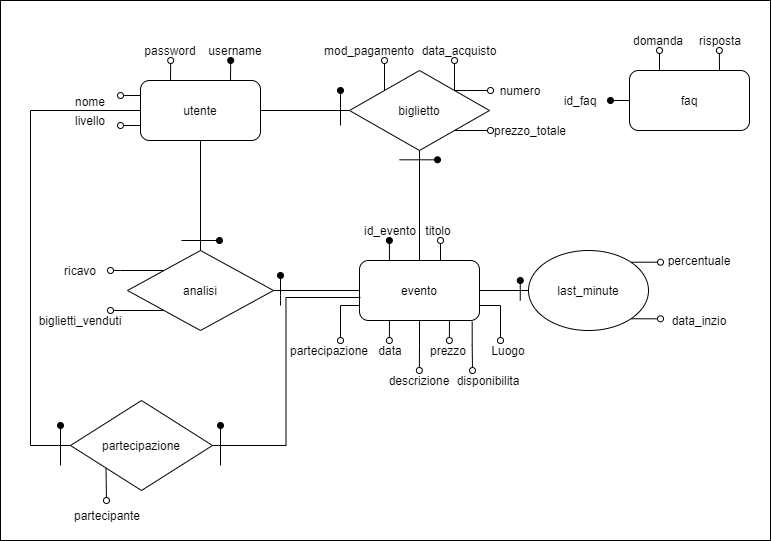
Earlier version of the draw.io export schema-er.png (tottagiovanni/progetto_tecno_web). Source tidied: cells renumbered, new cells last; positions are measured from the earlier drawing's top-left corner, leaving out a move shared by most shapes.
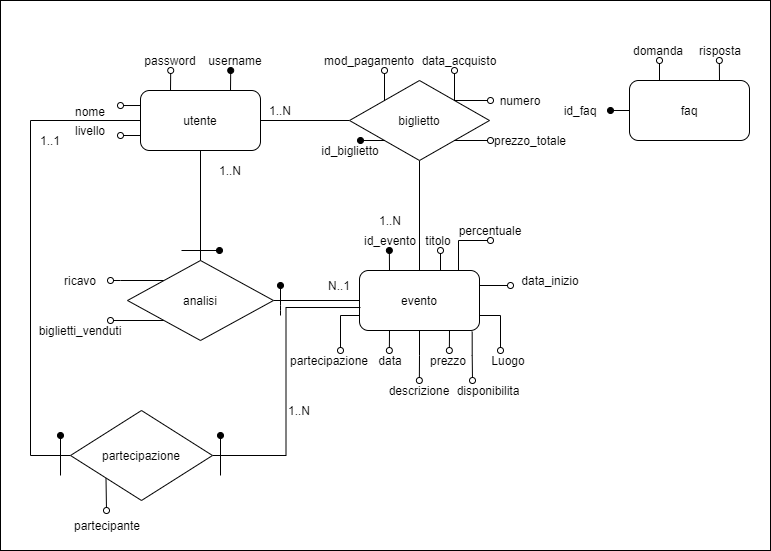
The same file after the commit.

Commit message:
Aggiornamento schema er e struttura db

Change to the diagram source:
```diff
@@ -2,12 +2,9 @@
   <root>
     <mxCell id="0" />
     <mxCell id="1" parent="0" />
-    <mxCell id="2" style="rounded=0;whiteSpace=wrap;html=1;" parent="1" vertex="1">
-      <mxGeometry width="770" height="540" as="geometry" />
-    </mxCell>
-    <mxCell id="3" style="edgeStyle=orthogonalEdgeStyle;rounded=0;jettySize=auto;html=1;exitX=1;exitY=0.5;exitDx=0;exitDy=0;entryX=0;entryY=0.5;entryDx=0;entryDy=0;endArrow=none;endFill=0;" parent="1" edge="1" source="12" target="43">
-      <mxGeometry relative="1" as="geometry" />
-    </mxCell>
+    <mxCell id="72" style="rounded=0;whiteSpace=wrap;html=1;" parent="1" vertex="1">
+      <mxGeometry y="-10" width="770" height="550" as="geometry" />
+    </mxCell>
     <mxCell id="4" style="edgeStyle=orthogonalEdgeStyle;rounded=0;jettySize=auto;html=1;exitX=0.25;exitY=0;exitDx=0;exitDy=0;endArrow=oval;endFill=1;" parent="1" edge="1" source="12">
       <mxGeometry relative="1" as="geometry">
         <mxPoint x="388.9" y="240" as="targetPoint" />
@@ -55,6 +52,16 @@
         </Array>
       </mxGeometry>
     </mxCell>
+    <mxCell id="73" style="edgeStyle=orthogonalEdgeStyle;rounded=0;jettySize=auto;html=1;exitX=0.825;exitY=0.017;exitDx=0;exitDy=0;entryX=0.5;entryY=1;entryDx=0;entryDy=0;endArrow=oval;endFill=0;exitPerimeter=0;" parent="1" edge="1" source="12" target="44">
+      <mxGeometry relative="1" as="geometry">
+        <Array as="points">
+          <mxPoint x="458" y="230" />
+        </Array>
+      </mxGeometry>
+    </mxCell>
+    <mxCell id="74" style="edgeStyle=orthogonalEdgeStyle;rounded=0;jettySize=auto;html=1;exitX=1;exitY=0.25;exitDx=0;exitDy=0;entryX=0;entryY=0.75;entryDx=0;entryDy=0;endArrow=oval;endFill=0;" parent="1" edge="1" source="12" target="45">
+      <mxGeometry relative="1" as="geometry" />
+    </mxCell>
     <mxCell id="12" value="evento" style="rounded=1;whiteSpace=wrap;html=1;" parent="1" vertex="1">
       <mxGeometry x="359" y="260" width="120" height="60" as="geometry" />
     </mxCell>
@@ -102,6 +109,11 @@
         <mxPoint x="490" y="130" as="targetPoint" />
       </mxGeometry>
     </mxCell>
+    <mxCell id="75" style="edgeStyle=orthogonalEdgeStyle;rounded=0;jettySize=auto;html=1;exitX=0;exitY=1;exitDx=0;exitDy=0;endArrow=oval;endFill=1;" parent="1" edge="1" source="23">
+      <mxGeometry relative="1" as="geometry">
+        <mxPoint x="360" y="130" as="targetPoint" />
+      </mxGeometry>
+    </mxCell>
     <mxCell id="23" value="biglietto" style="rhombus;whiteSpace=wrap;html=1;" parent="1" vertex="1">
       <mxGeometry x="349" y="70" width="140" height="80" as="geometry" />
     </mxCell>
@@ -168,24 +180,11 @@
     <mxCell id="40" value="biglietti_venduti" style="text;html=1;strokeColor=none;fillColor=none;align=center;verticalAlign=middle;whiteSpace=wrap;rounded=0;" parent="1" vertex="1">
       <mxGeometry x="60" y="310" width="40" height="20" as="geometry" />
     </mxCell>
-    <mxCell id="41" style="edgeStyle=orthogonalEdgeStyle;rounded=0;jettySize=auto;html=1;exitX=1;exitY=0;exitDx=0;exitDy=0;endArrow=oval;endFill=0;" parent="1" edge="1" source="43">
-      <mxGeometry relative="1" as="geometry">
-        <mxPoint x="660" y="261.9" as="targetPoint" />
-      </mxGeometry>
-    </mxCell>
-    <mxCell id="42" style="edgeStyle=orthogonalEdgeStyle;rounded=0;jettySize=auto;html=1;exitX=1;exitY=1;exitDx=0;exitDy=0;endArrow=oval;endFill=0;" parent="1" edge="1" source="43">
-      <mxGeometry relative="1" as="geometry">
-        <mxPoint x="660" y="318.1" as="targetPoint" />
-      </mxGeometry>
-    </mxCell>
-    <mxCell id="43" value="last_minute" style="ellipse;whiteSpace=wrap;html=1;" parent="1" vertex="1">
-      <mxGeometry x="528" y="250" width="120" height="80" as="geometry" />
-    </mxCell>
     <mxCell id="44" value="percentuale" style="text;html=1;strokeColor=none;fillColor=none;align=center;verticalAlign=middle;whiteSpace=wrap;rounded=0;" parent="1" vertex="1">
-      <mxGeometry x="679" y="250" width="40" height="20" as="geometry" />
+      <mxGeometry x="470" y="210" width="40" height="20" as="geometry" />
     </mxCell>
-    <mxCell id="45" value="data_inzio" style="text;html=1;strokeColor=none;fillColor=none;align=center;verticalAlign=middle;whiteSpace=wrap;rounded=0;" parent="1" vertex="1">
-      <mxGeometry x="659" y="310" width="80" height="20" as="geometry" />
+    <mxCell id="45" value="data_inizio" style="text;html=1;strokeColor=none;fillColor=none;align=center;verticalAlign=middle;whiteSpace=wrap;rounded=0;" parent="1" vertex="1">
+      <mxGeometry x="510" y="260" width="80" height="20" as="geometry" />
     </mxCell>
     <mxCell id="46" value="domanda" style="text;html=1;strokeColor=none;fillColor=none;align=center;verticalAlign=middle;whiteSpace=wrap;rounded=0;" parent="1" vertex="1">
       <mxGeometry x="638" y="30" width="40" height="20" as="geometry" />
@@ -242,24 +241,6 @@
     <mxCell id="59" value="id_evento&lt;br&gt;" style="text;html=1;strokeColor=none;fillColor=none;align=center;verticalAlign=middle;whiteSpace=wrap;rounded=0;" parent="1" vertex="1">
       <mxGeometry x="370" y="220" width="40" height="20" as="geometry" />
     </mxCell>
-    <mxCell id="60" style="endArrow=oval;html=1;endFill=1;" parent="1" edge="1">
-      <mxGeometry relative="1" as="geometry">
-        <mxPoint x="519.8" y="300" as="sourcePoint" />
-        <mxPoint x="519.8" y="280" as="targetPoint" />
-      </mxGeometry>
-    </mxCell>
-    <mxCell id="61" style="endArrow=oval;html=1;endFill=1;" parent="1" edge="1">
-      <mxGeometry relative="1" as="geometry">
-        <mxPoint x="340" y="125" as="sourcePoint" />
-        <mxPoint x="340" y="90" as="targetPoint" />
-      </mxGeometry>
-    </mxCell>
-    <mxCell id="62" style="endArrow=oval;html=1;endFill=1;" parent="1" edge="1">
-      <mxGeometry relative="1" as="geometry">
-        <mxPoint x="399" y="159.3" as="sourcePoint" />
-        <mxPoint x="437" y="159.3" as="targetPoint" />
-      </mxGeometry>
-    </mxCell>
     <mxCell id="63" value="id_faq" style="text;html=1;strokeColor=none;fillColor=none;align=center;verticalAlign=middle;whiteSpace=wrap;rounded=0;" parent="1" vertex="1">
       <mxGeometry x="560" y="90" width="40" height="20" as="geometry" />
     </mxCell>
@@ -304,5 +285,26 @@
     <mxCell id="71" value="partecipante" style="text;html=1;strokeColor=none;fillColor=none;align=center;verticalAlign=middle;whiteSpace=wrap;rounded=0;" parent="1" vertex="1">
       <mxGeometry x="87" y="505" width="40" height="20" as="geometry" />
     </mxCell>
+    <mxCell id="76" value="1..N" style="text;html=1;strokeColor=none;fillColor=none;align=center;verticalAlign=middle;whiteSpace=wrap;rounded=0;" parent="1" vertex="1">
+      <mxGeometry x="260" y="90" width="40" height="20" as="geometry" />
+    </mxCell>
+    <mxCell id="77" value="1..N" style="text;html=1;strokeColor=none;fillColor=none;align=center;verticalAlign=middle;whiteSpace=wrap;rounded=0;" parent="1" vertex="1">
+      <mxGeometry x="370" y="200" width="40" height="20" as="geometry" />
+    </mxCell>
+    <mxCell id="78" value="1..N" style="text;html=1;strokeColor=none;fillColor=none;align=center;verticalAlign=middle;whiteSpace=wrap;rounded=0;" parent="1" vertex="1">
+      <mxGeometry x="210" y="150" width="40" height="20" as="geometry" />
+    </mxCell>
+    <mxCell id="79" value="N..1" style="text;html=1;strokeColor=none;fillColor=none;align=center;verticalAlign=middle;whiteSpace=wrap;rounded=0;" parent="1" vertex="1">
+      <mxGeometry x="319" y="265" width="40" height="20" as="geometry" />
+    </mxCell>
+    <mxCell id="80" value="1..1" style="text;html=1;strokeColor=none;fillColor=none;align=center;verticalAlign=middle;whiteSpace=wrap;rounded=0;" parent="1" vertex="1">
+      <mxGeometry x="30" y="120" width="40" height="20" as="geometry" />
+    </mxCell>
+    <mxCell id="81" value="1..N" style="text;html=1;strokeColor=none;fillColor=none;align=center;verticalAlign=middle;whiteSpace=wrap;rounded=0;" parent="1" vertex="1">
+      <mxGeometry x="279" y="390" width="40" height="20" as="geometry" />
+    </mxCell>
+    <mxCell id="82" value="id_biglietto" style="text;html=1;strokeColor=none;fillColor=none;align=center;verticalAlign=middle;whiteSpace=wrap;rounded=0;" parent="1" vertex="1">
+      <mxGeometry x="330" y="130" width="40" height="20" as="geometry" />
+    </mxCell>
   </root>
 </mxGraphModel>
```
